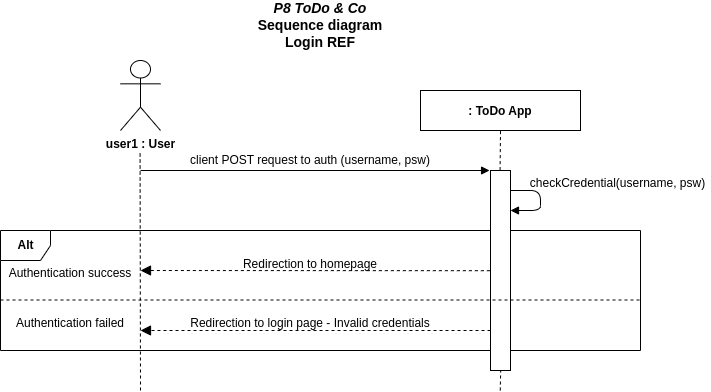
jonatanocr/p8_todoList keeps this draw.io diagram as documentation/diagrams/Sequence/P8_sequenceDiagram1_loginRef.png. Above is the earlier version. Source tidied: cells renumbered, new cells last; positions are measured from the earlier drawing's top-left corner, leaving out a move shared by most shapes. The source it was exported from:
```xml
<mxGraphModel>
  <root>
    <mxCell id="0" />
    <mxCell id="1" parent="0" />
    <mxCell id="2" value="&lt;b&gt;Alt&lt;/b&gt;" style="shape=umlFrame;tabPosition=left;html=1;boundedLbl=1;labelInHeader=1;width=50;height=30;" parent="1" vertex="1">
      <mxGeometry y="230" width="640" height="120" as="geometry" />
    </mxCell>
    <mxCell id="3" value="&lt;div&gt;&lt;b&gt;user1 : User&lt;br&gt;&lt;/b&gt;&lt;/div&gt;" style="shape=umlActor;verticalLabelPosition=bottom;verticalAlign=top;html=1;" parent="1" vertex="1">
      <mxGeometry x="120" y="60" width="40" height="70" as="geometry" />
    </mxCell>
    <mxCell id="4" value="&lt;div style=&quot;font-size: 14px&quot;&gt;&lt;i style=&quot;font-size: 14px&quot;&gt;P8 ToDo &amp;amp; Co&lt;br&gt;&lt;/i&gt;&lt;/div&gt;&lt;div style=&quot;font-size: 14px&quot;&gt;Sequence diagram&lt;/div&gt;&lt;div style=&quot;font-size: 14px&quot;&gt;Login REF&lt;br&gt;&lt;/div&gt;" style="text;html=1;strokeColor=none;fillColor=none;align=center;verticalAlign=middle;whiteSpace=wrap;rounded=0;fontStyle=1;fontSize=14;" parent="1" vertex="1">
      <mxGeometry x="95" width="450" height="50" as="geometry" />
    </mxCell>
    <mxCell id="5" style="endArrow=none;dashed=1;html=1;" parent="1" edge="1">
      <mxGeometry relative="1" as="geometry">
        <mxPoint x="140" y="390" as="sourcePoint" />
        <mxPoint x="139.6" y="150" as="targetPoint" />
      </mxGeometry>
    </mxCell>
    <mxCell id="6" value=": ToDo App" style="fontStyle=1;" parent="1" vertex="1">
      <mxGeometry x="420" y="90" width="160" height="40" as="geometry" />
    </mxCell>
    <mxCell id="7" style="endArrow=none;dashed=1;html=1;exitX=0.479;exitY=-0.002;exitDx=0;exitDy=0;exitPerimeter=0;entryX=0.5;entryY=1;entryDx=0;entryDy=0;" parent="1" edge="1" source="8" target="6">
      <mxGeometry relative="1" as="geometry" />
    </mxCell>
    <mxCell id="8" style="html=1;points=[];perimeter=orthogonalPerimeter;" parent="1" vertex="1">
      <mxGeometry x="490" y="170" width="20" height="200" as="geometry" />
    </mxCell>
    <mxCell id="9" style="html=1;verticalAlign=bottom;labelBackgroundColor=none;endArrow=block;endFill=1;entryX=-0.047;entryY=0;entryDx=0;entryDy=0;entryPerimeter=0;" parent="1" edge="1" target="8">
      <mxGeometry relative="1" as="geometry">
        <mxPoint x="140" y="170" as="sourcePoint" />
      </mxGeometry>
    </mxCell>
    <mxCell id="10" style="html=1;verticalAlign=bottom;labelBackgroundColor=none;endArrow=block;endFill=1;" parent="1" edge="1">
      <mxGeometry relative="1" as="geometry">
        <mxPoint x="510" y="190" as="sourcePoint" />
        <mxPoint x="510" y="210" as="targetPoint" />
        <Array as="points">
          <mxPoint x="540" y="190" />
          <mxPoint x="540" y="210" />
        </Array>
      </mxGeometry>
    </mxCell>
    <mxCell id="11" value="checkCredential(username, psw)" style="text;html=1;strokeColor=none;fillColor=none;align=center;verticalAlign=middle;whiteSpace=wrap;rounded=0;" parent="1" vertex="1">
      <mxGeometry x="525" y="170" width="185" height="25.3" as="geometry" />
    </mxCell>
    <mxCell id="12" value="client POST request to auth (username, psw)" style="text;html=1;strokeColor=none;fillColor=none;align=center;verticalAlign=middle;whiteSpace=wrap;rounded=0;" parent="1" vertex="1">
      <mxGeometry x="160" y="150" width="300" height="20" as="geometry" />
    </mxCell>
    <mxCell id="13" style="endArrow=block;startArrow=none;endFill=1;startFill=0;endSize=8;html=1;verticalAlign=bottom;dashed=1;labelBackgroundColor=none;entryX=1;entryY=1;entryDx=0;entryDy=0;" parent="1" edge="1" source="8" target="18">
      <mxGeometry relative="1" as="geometry" />
    </mxCell>
    <mxCell id="14" value="Redirection to login page - Invalid credentials" style="text;html=1;strokeColor=none;fillColor=none;align=center;verticalAlign=middle;whiteSpace=wrap;rounded=0;" parent="1" vertex="1">
      <mxGeometry x="160" y="315" width="300" height="15" as="geometry" />
    </mxCell>
    <mxCell id="15" style="endArrow=block;startArrow=none;endFill=1;startFill=0;endSize=8;html=1;verticalAlign=bottom;dashed=1;labelBackgroundColor=none;exitX=-0.031;exitY=0.501;exitDx=0;exitDy=0;exitPerimeter=0;" parent="1" edge="1" source="8">
      <mxGeometry relative="1" as="geometry">
        <mxPoint x="140" y="270" as="targetPoint" />
      </mxGeometry>
    </mxCell>
    <mxCell id="16" value="Redirection to homepage" style="text;html=1;strokeColor=none;fillColor=none;align=center;verticalAlign=middle;whiteSpace=wrap;rounded=0;" parent="1" vertex="1">
      <mxGeometry x="160" y="256" width="300" height="15" as="geometry" />
    </mxCell>
    <mxCell id="17" value="Authentication success" style="text;html=1;strokeColor=none;fillColor=none;align=center;verticalAlign=middle;whiteSpace=wrap;rounded=0;" parent="1" vertex="1">
      <mxGeometry y="265" width="140" height="15" as="geometry" />
    </mxCell>
    <mxCell id="18" value="Authentication failed" style="text;html=1;strokeColor=none;fillColor=none;align=center;verticalAlign=middle;whiteSpace=wrap;rounded=0;" parent="1" vertex="1">
      <mxGeometry y="315" width="140" height="15" as="geometry" />
    </mxCell>
    <mxCell id="19" style="endArrow=none;dashed=1;html=1;" parent="1" edge="1">
      <mxGeometry relative="1" as="geometry">
        <mxPoint y="299.5" as="sourcePoint" />
        <mxPoint x="640" y="299.5" as="targetPoint" />
      </mxGeometry>
    </mxCell>
    <mxCell id="20" style="endArrow=none;dashed=1;html=1;entryX=0.5;entryY=1;entryDx=0;entryDy=0;" parent="1" edge="1">
      <mxGeometry relative="1" as="geometry">
        <mxPoint x="499.8" y="390" as="sourcePoint" />
        <mxPoint x="500.2" y="370" as="targetPoint" />
      </mxGeometry>
    </mxCell>
  </root>
</mxGraphModel>
```
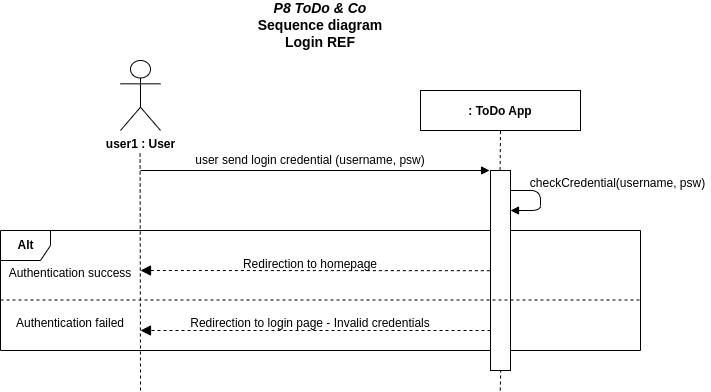
After the commit.

Commit message:
add sequence diagrams

Change to the diagram source:
```diff
@@ -44,7 +44,7 @@
     <mxCell id="11" value="checkCredential(username, psw)" style="text;html=1;strokeColor=none;fillColor=none;align=center;verticalAlign=middle;whiteSpace=wrap;rounded=0;" parent="1" vertex="1">
       <mxGeometry x="525" y="170" width="185" height="25.3" as="geometry" />
     </mxCell>
-    <mxCell id="12" value="client POST request to auth (username, psw)" style="text;html=1;strokeColor=none;fillColor=none;align=center;verticalAlign=middle;whiteSpace=wrap;rounded=0;" parent="1" vertex="1">
+    <mxCell id="12" value="user send login credential (username, psw)" style="text;html=1;strokeColor=none;fillColor=none;align=center;verticalAlign=middle;whiteSpace=wrap;rounded=0;" parent="1" vertex="1">
       <mxGeometry x="160" y="150" width="300" height="20" as="geometry" />
     </mxCell>
     <mxCell id="13" style="endArrow=block;startArrow=none;endFill=1;startFill=0;endSize=8;html=1;verticalAlign=bottom;dashed=1;labelBackgroundColor=none;entryX=1;entryY=1;entryDx=0;entryDy=0;" parent="1" edge="1" source="8" target="18">
```
